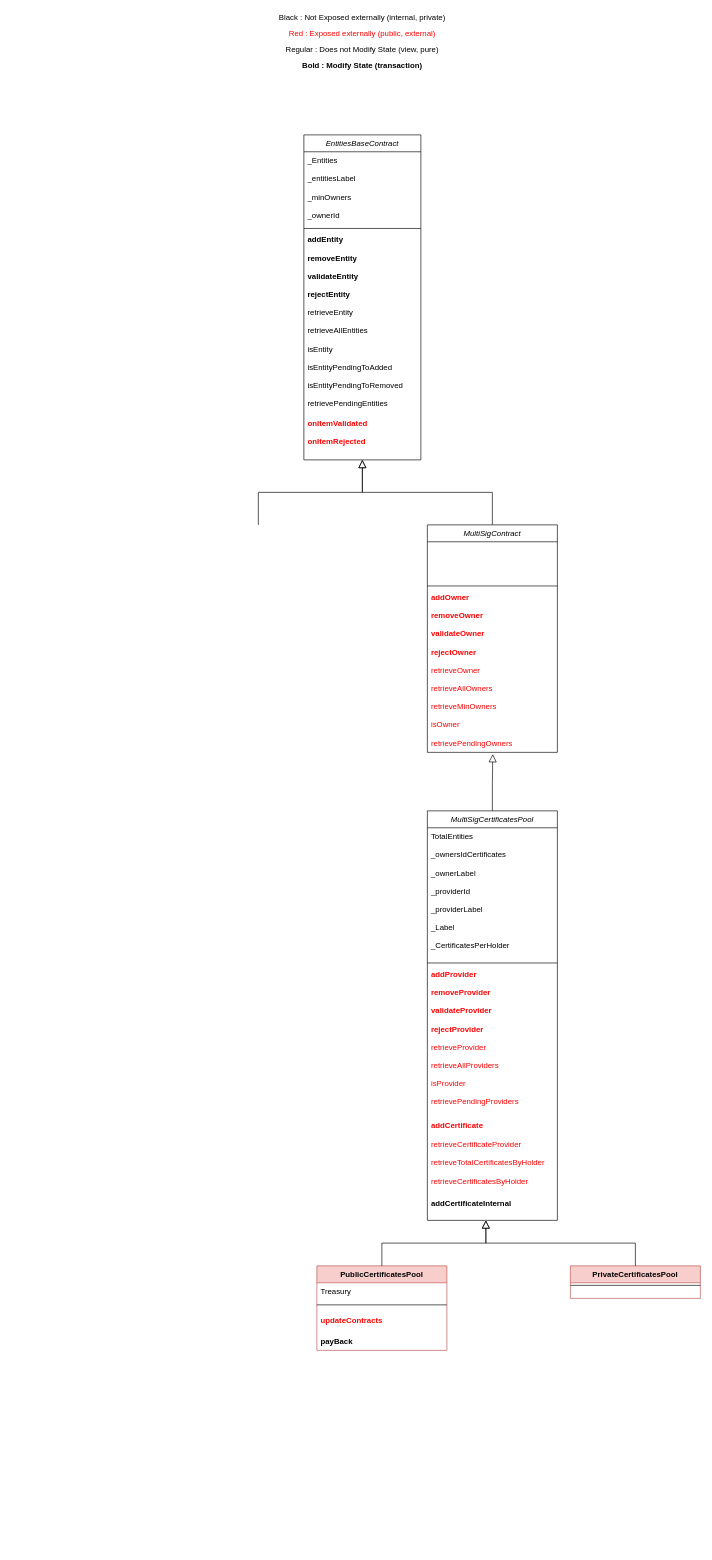
Above: Diagrams/Certificates.drawio in amolinaarribere/Certificates (draw.io), before the change. Source tidied: cells renumbered, new cells numbered last; positions are measured from the earlier drawing's top-left corner, leaving out a move shared by most shapes. Both pictures are drawn from the tidied source at 65%, with x=0, y=0 at pixel (258, 11).
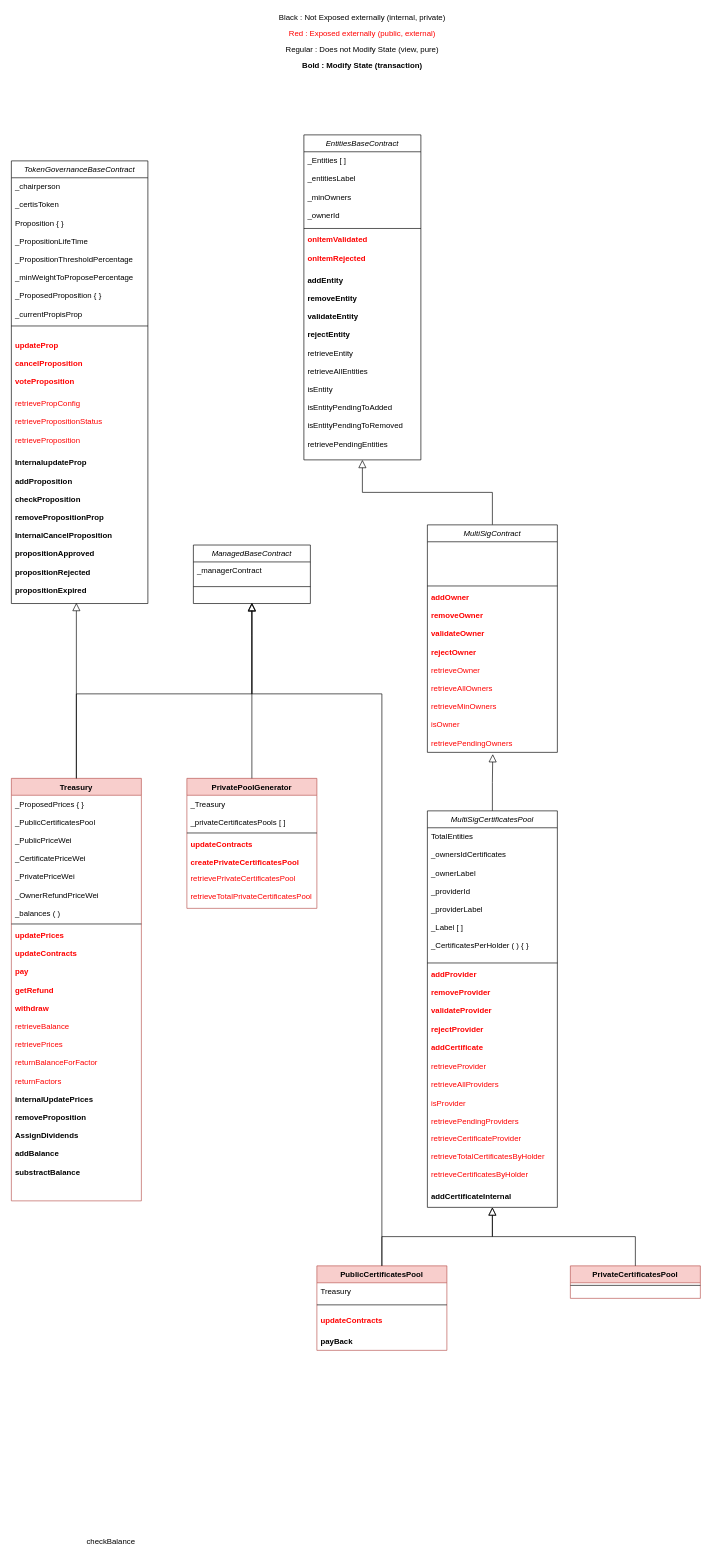
Above is the later version.

The change refers to these unchanged cells:
```xml
<mxCell id="2" value="EntitiesBaseContract" style="swimlane;fontStyle=2;align=center;verticalAlign=top;horizontal=1;startSize=26;rounded=0;shadow=0;strokeWidth=1;" parent="1" vertex="1">
  <mxGeometry x="70" y="190" width="180" height="500" as="geometry" />
</mxCell>
<mxCell id="28" value="PrivateCertificatesPool" style="swimlane;fontStyle=1;align=center;verticalAlign=top;horizontal=1;startSize=26;rounded=0;shadow=0;strokeWidth=1;fillColor=#f8cecc;strokeColor=#b85450;" parent="1" vertex="1">
  <mxGeometry x="480" y="1930" width="200" height="50" as="geometry" />
</mxCell>
<mxCell id="31" value="PublicCertificatesPool" style="swimlane;fontStyle=1;align=center;verticalAlign=top;horizontal=1;startSize=26;rounded=0;shadow=0;strokeWidth=1;fillColor=#f8cecc;strokeColor=#b85450;" parent="1" vertex="1">
  <mxGeometry x="90" y="1930" width="200" height="130" as="geometry" />
</mxCell>
```

The edit, as a diff of the source:
```diff
@@
-    <mxCell id="3" value="_Entities&#10;&#10;_entitiesLabel&#10;&#10;_minOwners&#10;&#10;_ownerId" style="text;align=left;verticalAlign=top;spacingLeft=4;spacingRight=4;overflow=hidden;" parent="2" vertex="1">
+    <mxCell id="3" value="_Entities [ ]&#10;&#10;_entitiesLabel&#10;&#10;_minOwners&#10;&#10;_ownerId" style="text;align=left;verticalAlign=top;spacingLeft=4;spacingRight=4;overflow=hidden;" parent="2" vertex="1">
       <mxGeometry y="26" width="180" height="114" as="geometry" />
     </mxCell>
@@
+    <mxCell id="7" value="onItemValidated&#10;&#10;onItemRejected" style="text;align=left;verticalAlign=top;spacingLeft=4;spacingRight=4;overflow=hidden;fontColor=#FF0000;fontStyle=1;" parent="2" vertex="1">
+      <mxGeometry y="148" width="180" height="62" as="geometry" />
+    </mxCell>
     <mxCell id="5" value="addEntity&#10;&#10;removeEntity&#10;&#10;validateEntity&#10;&#10;rejectEntity&#10;&#10;" style="text;align=left;verticalAlign=top;spacingLeft=4;spacingRight=4;overflow=hidden;rounded=0;shadow=0;html=0;fontStyle=1;" parent="2" vertex="1">
-      <mxGeometry y="148" width="180" height="112" as="geometry" />
+      <mxGeometry y="210" width="180" height="112" as="geometry" />
     </mxCell>
     <mxCell id="6" value="retrieveEntity&#10;&#10;retrieveAllEntities&#10;&#10;isEntity&#10;&#10;isEntityPendingToAdded&#10;&#10;isEntityPendingToRemoved&#10;&#10;retrievePendingEntities" style="text;align=left;verticalAlign=top;spacingLeft=4;spacingRight=4;overflow=hidden;rounded=0;shadow=0;html=0;" parent="2" vertex="1">
-      <mxGeometry y="260" width="180" height="170" as="geometry" />
+      <mxGeometry y="322" width="180" height="170" as="geometry" />
     </mxCell>
-    <mxCell id="7" value="onItemValidated&#10;&#10;onItemRejected" style="text;align=left;verticalAlign=top;spacingLeft=4;spacingRight=4;overflow=hidden;fontColor=#FF0000;fontStyle=1;" parent="2" vertex="1">
-      <mxGeometry y="430" width="180" height="70" as="geometry" />
-    </mxCell>
-    <mxCell id="8" style="endArrow=block;endSize=10;endFill=0;shadow=0;strokeWidth=1;rounded=0;edgeStyle=elbowEdgeStyle;elbow=vertical;" parent="1" edge="1" target="2">
-      <mxGeometry relative="1" as="geometry">
-        <mxPoint y="790" as="sourcePoint" />
-      </mxGeometry>
-    </mxCell>
@@
     <mxCell id="19" value="MultiSigCertificatesPool" style="swimlane;fontStyle=2;align=center;verticalAlign=top;horizontal=1;startSize=26;rounded=0;shadow=0;strokeWidth=1;" parent="1" vertex="1">
-      <mxGeometry x="260" y="1230" width="200" height="630" as="geometry" />
+      <mxGeometry x="260" y="1230" width="200" height="610" as="geometry" />
     </mxCell>
-    <mxCell id="20" value="TotalEntities&#10;&#10;_ownersIdCertificates&#10;&#10;_ownerLabel&#10;&#10;_providerId&#10;&#10;_providerLabel&#10;&#10;_Label&#10;&#10;_CertificatesPerHolder" style="text;align=left;verticalAlign=top;spacingLeft=4;spacingRight=4;overflow=hidden;" parent="19" vertex="1">
+    <mxCell id="20" value="TotalEntities&#10;&#10;_ownersIdCertificates&#10;&#10;_ownerLabel&#10;&#10;_providerId&#10;&#10;_providerLabel&#10;&#10;_Label [ ]&#10;&#10;_CertificatesPerHolder ( ) { }" style="text;align=left;verticalAlign=top;spacingLeft=4;spacingRight=4;overflow=hidden;" parent="19" vertex="1">
       <mxGeometry y="26" width="200" height="204" as="geometry" />
     </mxCell>
@@
+    <mxCell id="24" value="addCertificate&#10;" style="text;align=left;verticalAlign=top;spacingLeft=4;spacingRight=4;overflow=hidden;rounded=0;shadow=0;html=0;fontColor=#FF0000;fontStyle=1;" parent="19" vertex="1">
+      <mxGeometry y="350" width="200" height="30" as="geometry" />
+    </mxCell>
     <mxCell id="23" value="retrieveProvider&#10;&#10;retrieveAllProviders&#10;&#10;isProvider&#10;&#10;retrievePendingProviders" style="text;align=left;verticalAlign=top;spacingLeft=4;spacingRight=4;overflow=hidden;rounded=0;shadow=0;html=0;fontColor=#FF0000;" parent="19" vertex="1">
-      <mxGeometry y="350" width="200" height="120" as="geometry" />
+      <mxGeometry y="380" width="200" height="110" as="geometry" />
     </mxCell>
-    <mxCell id="24" value="addCertificate&#10;" style="text;align=left;verticalAlign=top;spacingLeft=4;spacingRight=4;overflow=hidden;rounded=0;shadow=0;html=0;fontColor=#FF0000;fontStyle=1;" parent="19" vertex="1">
-      <mxGeometry y="470" width="200" height="30" as="geometry" />
-    </mxCell>
     <mxCell id="25" value="retrieveCertificateProvider&#10;&#10;retrieveTotalCertificatesByHolder&#10;&#10;retrieveCertificatesByHolder&#10;" style="text;align=left;verticalAlign=top;spacingLeft=4;spacingRight=4;overflow=hidden;rounded=0;shadow=0;html=0;fontColor=#FF0000;" parent="19" vertex="1">
-      <mxGeometry y="500" width="200" height="90" as="geometry" />
+      <mxGeometry y="490" width="200" height="90" as="geometry" />
     </mxCell>
     <mxCell id="26" value="addCertificateInternal" style="text;align=left;verticalAlign=top;spacingLeft=4;spacingRight=4;overflow=hidden;fontStyle=1;" parent="19" vertex="1">
-      <mxGeometry y="590" width="200" height="30" as="geometry" />
+      <mxGeometry y="580" width="200" height="20" as="geometry" />
     </mxCell>
@@
     <mxCell id="30" style="endArrow=block;endSize=10;endFill=0;shadow=0;strokeWidth=1;rounded=0;edgeStyle=elbowEdgeStyle;elbow=vertical;exitX=0.5;exitY=0;exitDx=0;exitDy=0;" parent="1" edge="1" source="28">
       <mxGeometry relative="1" as="geometry">
-        <mxPoint x="350" y="1860" as="targetPoint" />
+        <mxPoint x="360" y="1840" as="targetPoint" />
       </mxGeometry>
     </mxCell>
@@
-    <mxCell id="36" style="endArrow=block;endSize=10;endFill=0;shadow=0;strokeWidth=1;rounded=0;edgeStyle=elbowEdgeStyle;elbow=vertical;exitX=0.5;exitY=0;exitDx=0;exitDy=0;" parent="1" edge="1" source="31">
-      <mxGeometry relative="1" as="geometry">
-        <mxPoint x="350" y="1860" as="targetPoint" />
-      </mxGeometry>
+    <mxCell id="36" style="endArrow=block;endSize=10;endFill=0;shadow=0;strokeWidth=1;rounded=0;edgeStyle=elbowEdgeStyle;elbow=vertical;exitX=0.5;exitY=0;exitDx=0;exitDy=0;entryX=0.5;entryY=1;entryDx=0;entryDy=0;" parent="1" edge="1" source="31" target="19">
+      <mxGeometry relative="1" as="geometry" />
     </mxCell>
+    <mxCell id="37" value="ManagedBaseContract" style="swimlane;fontStyle=2;align=center;verticalAlign=top;horizontal=1;startSize=26;rounded=0;shadow=0;strokeWidth=1;" parent="1" vertex="1">
+      <mxGeometry x="-100" y="821" width="180" height="90" as="geometry" />
+    </mxCell>
+    <mxCell id="38" value="_managerContract" style="text;align=left;verticalAlign=top;spacingLeft=4;spacingRight=4;overflow=hidden;" parent="37" vertex="1">
+      <mxGeometry y="26" width="180" height="34" as="geometry" />
+    </mxCell>
+    <mxCell id="39" style="line;html=1;strokeWidth=1;align=left;verticalAlign=middle;spacingTop=-1;spacingLeft=3;spacingRight=3;labelPosition=right;" parent="37" vertex="1">
+      <mxGeometry y="60" width="180" height="8" as="geometry" />
+    </mxCell>
+    <mxCell id="40" value="TokenGovernanceBaseContract" style="swimlane;fontStyle=2;align=center;verticalAlign=top;horizontal=1;startSize=26;rounded=0;shadow=0;strokeWidth=1;" parent="1" vertex="1">
+      <mxGeometry x="-380" y="230" width="210" height="681" as="geometry" />
+    </mxCell>
+    <mxCell id="41" value="_chairperson&#10;&#10;_certisToken&#10;&#10;Proposition { }&#10;&#10;_PropositionLifeTime&#10;&#10;_PropositionThresholdPercentage&#10;&#10;_minWeightToProposePercentage&#10;&#10;_ProposedProposition { }&#10;&#10;_currentPropisProp" style="text;align=left;verticalAlign=top;spacingLeft=4;spacingRight=4;overflow=hidden;" parent="40" vertex="1">
+      <mxGeometry y="26" width="210" height="244" as="geometry" />
+    </mxCell>
+    <mxCell id="42" value="updateProp&#10;&#10;cancelProposition&#10;&#10;voteProposition" style="text;align=left;verticalAlign=top;spacingLeft=4;spacingRight=4;overflow=hidden;rounded=0;shadow=0;html=0;fontStyle=1;fontColor=#FF0000;" parent="40" vertex="1">
+      <mxGeometry y="270" width="210" height="90" as="geometry" />
+    </mxCell>
+    <mxCell id="43" value="retrievePropConfig&#10;&#10;retrievePropositionStatus&#10;&#10;retrieveProposition" style="text;align=left;verticalAlign=top;spacingLeft=4;spacingRight=4;overflow=hidden;fontStyle=0;fontColor=#FF0000;" parent="40" vertex="1">
+      <mxGeometry y="360" width="210" height="91" as="geometry" />
+    </mxCell>
+    <mxCell id="44" value="InternalupdateProp&#10;&#10;addProposition&#10;&#10;checkProposition&#10;&#10;removePropositionProp&#10;&#10;InternalCancelProposition&#10;&#10;propositionApproved&#10;&#10;propositionRejected&#10;&#10;propositionExpired" style="text;align=left;verticalAlign=top;spacingLeft=4;spacingRight=4;overflow=hidden;rounded=0;shadow=0;html=0;fontStyle=1;" parent="40" vertex="1">
+      <mxGeometry y="451" width="210" height="219" as="geometry" />
+    </mxCell>
+    <mxCell id="45" style="line;html=1;strokeWidth=1;align=left;verticalAlign=middle;spacingTop=-1;spacingLeft=3;spacingRight=3;labelPosition=right;" parent="1" vertex="1">
+      <mxGeometry x="-380" y="480" width="210" height="8" as="geometry" />
+    </mxCell>
+    <mxCell id="46" value="Treasury" style="swimlane;fontStyle=1;align=center;verticalAlign=top;horizontal=1;startSize=26;rounded=0;shadow=0;strokeWidth=1;fillColor=#f8cecc;strokeColor=#b85450;" parent="1" vertex="1">
+      <mxGeometry x="-380" y="1180" width="200" height="650" as="geometry" />
+    </mxCell>
+    <mxCell id="47" value="_ProposedPrices { }&#10;&#10;_PublicCertificatesPool&#10;&#10;_PublicPriceWei&#10;&#10;_CertificatePriceWei&#10;&#10;_PrivatePriceWei&#10;&#10;_OwnerRefundPriceWei&#10;&#10;_balances ( )" style="text;align=left;verticalAlign=top;spacingLeft=4;spacingRight=4;overflow=hidden;" parent="46" vertex="1">
+      <mxGeometry y="26" width="200" height="194" as="geometry" />
+    </mxCell>
+    <mxCell id="48" style="line;html=1;strokeWidth=1;align=left;verticalAlign=middle;spacingTop=-1;spacingLeft=3;spacingRight=3;labelPosition=right;" parent="46" vertex="1">
+      <mxGeometry y="220" width="200" height="8" as="geometry" />
+    </mxCell>
+    <mxCell id="49" value="updatePrices&#10;&#10;updateContracts&#10;&#10;pay&#10;&#10;getRefund&#10;&#10;withdraw&#10;" style="text;align=left;verticalAlign=top;spacingLeft=4;spacingRight=4;overflow=hidden;rounded=0;shadow=0;html=0;fontColor=#FF0000;fontStyle=1;" parent="46" vertex="1">
+      <mxGeometry y="228" width="200" height="140" as="geometry" />
+    </mxCell>
+    <mxCell id="50" value="retrieveBalance&#10;&#10;retrievePrices&#10;&#10;returnBalanceForFactor&#10;&#10;returnFactors" style="text;align=left;verticalAlign=top;spacingLeft=4;spacingRight=4;overflow=hidden;rounded=0;shadow=0;html=0;fontColor=#FF0000;fontStyle=0;" parent="46" vertex="1">
+      <mxGeometry y="368" width="200" height="112" as="geometry" />
+    </mxCell>
+    <mxCell id="51" value="internalUpdatePrices&#10;&#10;removeProposition&#10;&#10;AssignDividends&#10;&#10;addBalance&#10;&#10;substractBalance" style="text;align=left;verticalAlign=top;spacingLeft=4;spacingRight=4;overflow=hidden;rounded=0;shadow=0;html=0;fontStyle=1;" parent="46" vertex="1">
+      <mxGeometry y="480" width="200" height="140" as="geometry" />
+    </mxCell>
+    <mxCell id="52" value="checkBalance" style="text;align=left;verticalAlign=top;spacingLeft=4;spacingRight=4;overflow=hidden;rounded=0;shadow=0;html=0;fontStyle=0;" parent="1" vertex="1">
+      <mxGeometry x="-270" y="2340" width="200" height="23" as="geometry" />
+    </mxCell>
+    <mxCell id="53" style="endArrow=block;endSize=10;endFill=0;shadow=0;strokeWidth=1;rounded=0;edgeStyle=elbowEdgeStyle;elbow=vertical;exitX=0.5;exitY=0;exitDx=0;exitDy=0;" parent="1" edge="1" source="46">
+      <mxGeometry relative="1" as="geometry">
+        <mxPoint x="-280" y="910" as="targetPoint" />
+        <Array as="points">
+          <mxPoint x="-210" y="1050" />
+        </Array>
+      </mxGeometry>
+    </mxCell>
+    <mxCell id="54" style="endArrow=block;endSize=10;endFill=0;shadow=0;strokeWidth=1;rounded=0;edgeStyle=elbowEdgeStyle;elbow=vertical;exitX=0.5;exitY=0;exitDx=0;exitDy=0;entryX=0.5;entryY=1;entryDx=0;entryDy=0;" parent="1" edge="1" source="46" target="37">
+      <mxGeometry relative="1" as="geometry">
+        <Array as="points">
+          <mxPoint x="-70" y="1050" />
+        </Array>
+      </mxGeometry>
+    </mxCell>
+    <mxCell id="55" style="endArrow=block;endSize=10;endFill=0;shadow=0;strokeWidth=1;rounded=0;edgeStyle=elbowEdgeStyle;elbow=vertical;exitX=0.5;exitY=0;exitDx=0;exitDy=0;" parent="1" edge="1" source="31">
+      <mxGeometry relative="1" as="geometry">
+        <mxPoint x="-10" y="910" as="targetPoint" />
+        <Array as="points">
+          <mxPoint x="90" y="1050" />
+        </Array>
+      </mxGeometry>
+    </mxCell>
+    <mxCell id="56" value="PrivatePoolGenerator" style="swimlane;fontStyle=1;align=center;verticalAlign=top;horizontal=1;startSize=26;rounded=0;shadow=0;strokeWidth=1;fillColor=#f8cecc;strokeColor=#b85450;" parent="1" vertex="1">
+      <mxGeometry x="-110" y="1180" width="200" height="200" as="geometry" />
+    </mxCell>
+    <mxCell id="57" value="_Treasury&#10;&#10;_privateCertificatesPools [ ]&#10;&#10;" style="text;align=left;verticalAlign=top;spacingLeft=4;spacingRight=4;overflow=hidden;" parent="56" vertex="1">
+      <mxGeometry y="26" width="200" height="54" as="geometry" />
+    </mxCell>
+    <mxCell id="58" style="line;html=1;strokeWidth=1;align=left;verticalAlign=middle;spacingTop=-1;spacingLeft=3;spacingRight=3;labelPosition=right;" parent="56" vertex="1">
+      <mxGeometry y="80" width="200" height="8" as="geometry" />
+    </mxCell>
+    <mxCell id="59" value="updateContracts&#10;&#10;createPrivateCertificatesPool" style="text;align=left;verticalAlign=top;spacingLeft=4;spacingRight=4;overflow=hidden;rounded=0;shadow=0;html=0;fontColor=#FF0000;fontStyle=1;" parent="56" vertex="1">
+      <mxGeometry y="88" width="200" height="52" as="geometry" />
+    </mxCell>
+    <mxCell id="60" value="retrievePrivateCertificatesPool&#10;&#10;retrieveTotalPrivateCertificatesPool" style="text;align=left;verticalAlign=top;spacingLeft=4;spacingRight=4;overflow=hidden;rounded=0;shadow=0;html=0;fontColor=#FF0000;fontStyle=0;" parent="56" vertex="1">
+      <mxGeometry y="140" width="200" height="52" as="geometry" />
+    </mxCell>
+    <mxCell id="61" style="endArrow=block;endSize=10;endFill=0;shadow=0;strokeWidth=1;rounded=0;edgeStyle=elbowEdgeStyle;elbow=vertical;exitX=0.5;exitY=0;exitDx=0;exitDy=0;" parent="1" edge="1" source="56">
+      <mxGeometry relative="1" as="geometry">
+        <mxPoint x="-10" y="910" as="targetPoint" />
+        <Array as="points">
+          <mxPoint x="80" y="960" />
+        </Array>
+      </mxGeometry>
+    </mxCell>
```
